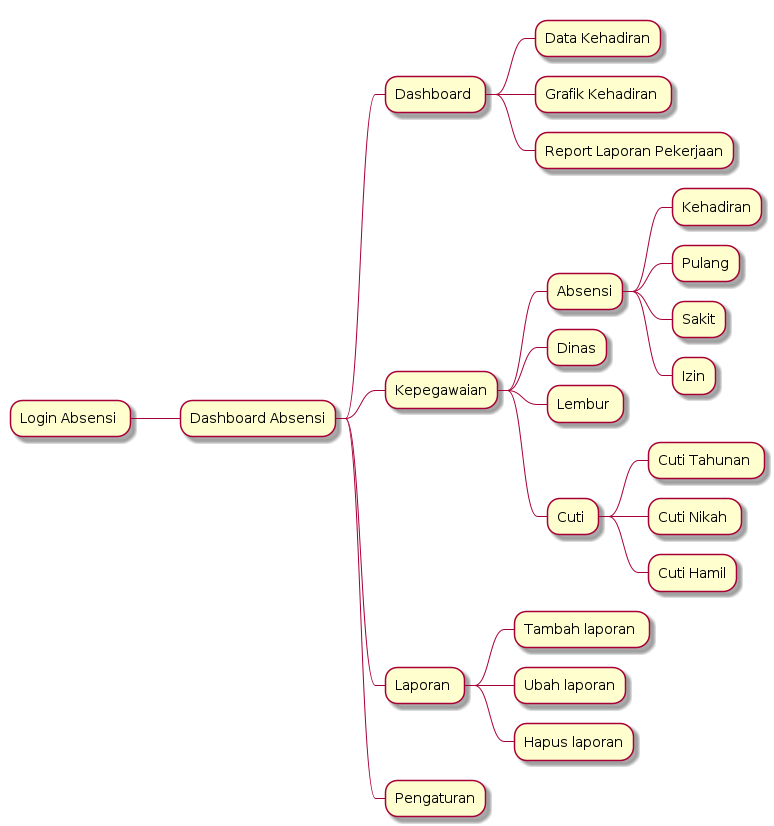
The PlantUML diagram hrm_sitemap.png in petr0max/absensi, before a commit. The source it was exported from:
```plantuml
@startmindmap
* Login Absensi
** Dashboard Absensi
*** Dashboard
**** Data Kehadiran
**** Grafik Kehadiran
**** Report Laporan Pekerjaan
*** Kepegawaian
**** Absensi
***** Kehadiran
***** Pulang
***** Sakit
***** Izin
**** Dinas
**** Lembur
**** Cuti
***** Cuti Tahunan
***** Cuti Nikah
***** Cuti Hamil
*** Laporan
**** Tambah laporan
**** Ubah laporan
**** Hapus laporan
*** Pengaturan
@endmindmap
```
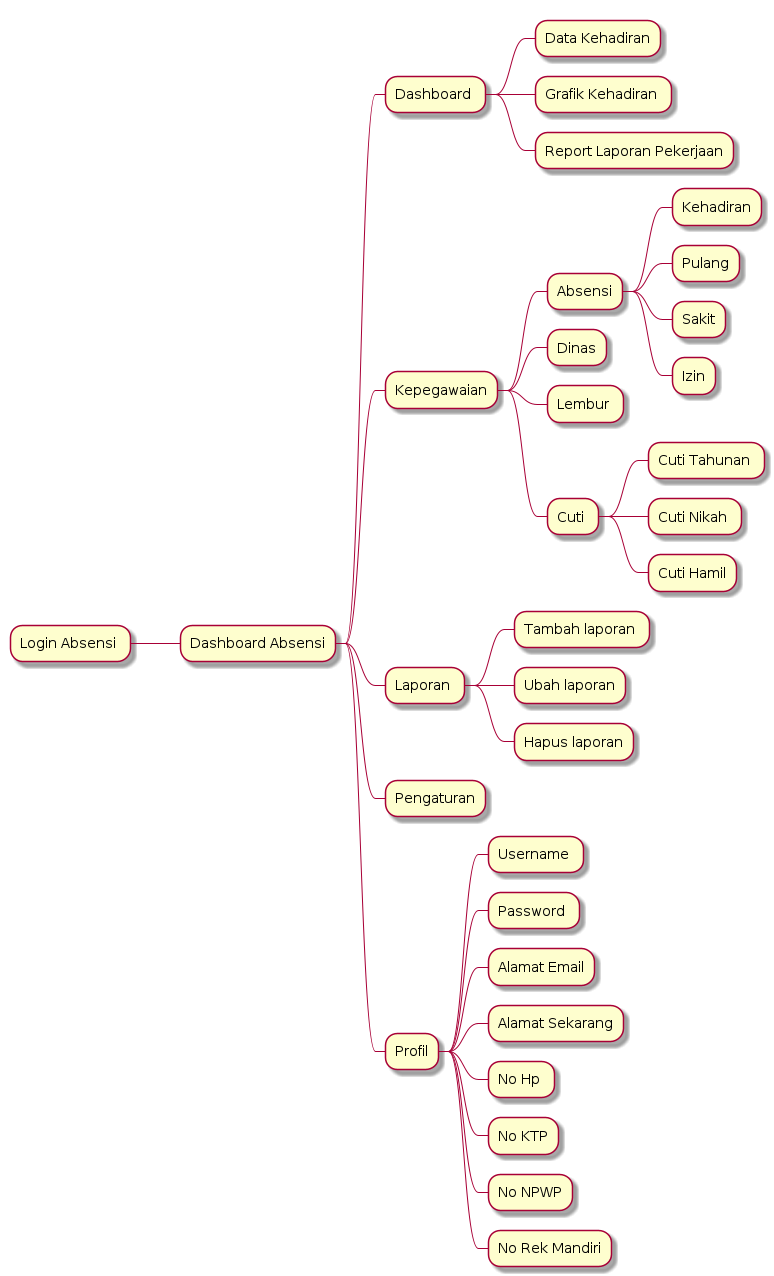
Above is the later version.

The edit, as a diff of the source:
```diff
@@ -22,4 +22,13 @@
 **** Ubah laporan
 **** Hapus laporan
 *** Pengaturan
+*** Profil
+**** Username
+**** Password
+**** Alamat Email
+**** Alamat Sekarang
+**** No Hp
+**** No KTP
+**** No NPWP
+**** No Rek Mandiri
 @endmindmap
```
